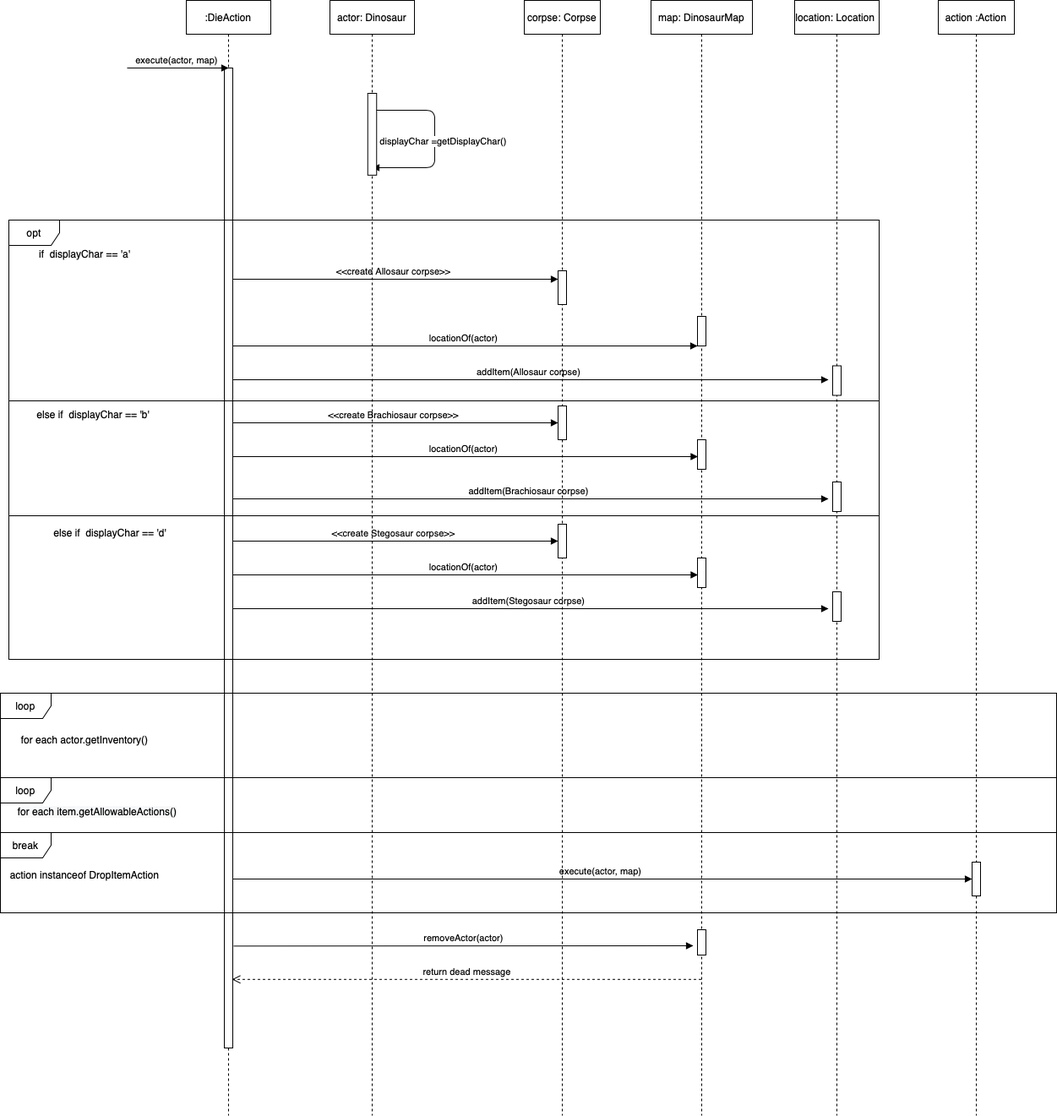
The draw.io diagram assignment_workings/DieAction.execute.png in mltw/fit2099-jurassic-park-2021, before a commit. Source tidied: cells renumbered, new cells last; positions are measured from the earlier drawing's top-left corner, leaving out a move shared by most shapes.
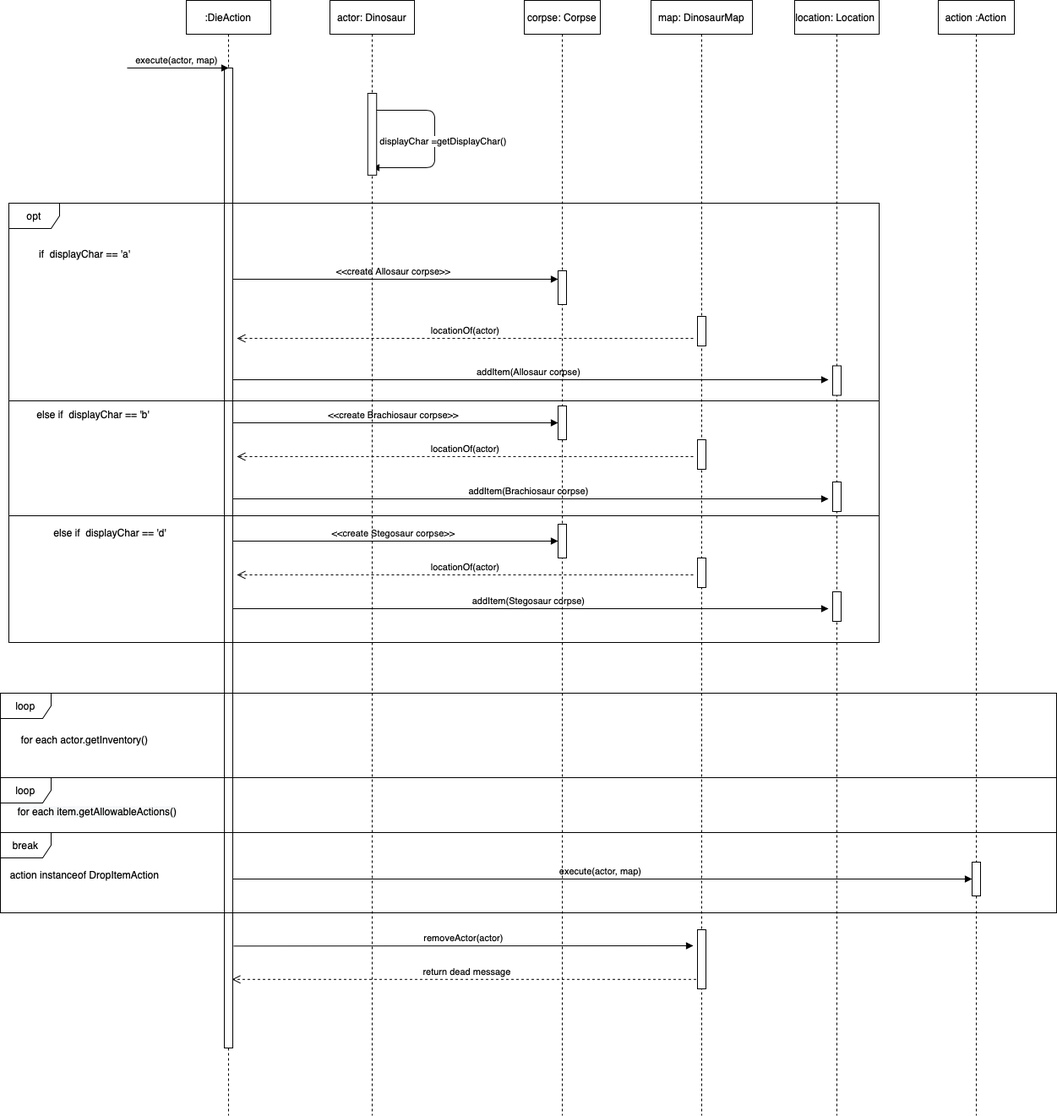
The same file after the commit.

Change to the diagram source:
```diff
@@ -2,6 +2,9 @@
   <root>
     <mxCell id="0" />
     <mxCell id="1" parent="0" />
+    <mxCell id="46" value="return dead message" style="html=1;verticalAlign=bottom;endArrow=open;dashed=1;endSize=8;entryX=0.9;entryY=0.93;entryDx=0;entryDy=0;entryPerimeter=0;" parent="1" edge="1" source="9" target="19">
+      <mxGeometry relative="1" as="geometry" />
+    </mxCell>
     <mxCell id="2" value="execute(actor, map)" style="html=1;verticalAlign=bottom;endArrow=block;" parent="1" edge="1" target="43">
       <mxGeometry relative="1" as="geometry">
         <mxPoint x="270" y="1040" as="sourcePoint" />
@@ -13,12 +16,6 @@
         <mxPoint x="980" y="720" as="targetPoint" />
       </mxGeometry>
     </mxCell>
-    <mxCell id="4" value="locationOf(actor)" style="html=1;verticalAlign=bottom;endArrow=block;" parent="1" edge="1">
-      <mxGeometry relative="1" as="geometry">
-        <mxPoint x="270" y="680" as="sourcePoint" />
-        <mxPoint x="825.5" y="680" as="targetPoint" />
-      </mxGeometry>
-    </mxCell>
     <mxCell id="5" value="&amp;lt;&amp;lt;create Stegosaur corpse&amp;gt;&amp;gt;" style="html=1;verticalAlign=bottom;endArrow=block;" parent="1" edge="1">
       <mxGeometry relative="1" as="geometry">
         <mxPoint x="270" y="640" as="sourcePoint" />
@@ -37,12 +34,6 @@
         <mxPoint x="660" y="500" as="targetPoint" />
       </mxGeometry>
     </mxCell>
-    <mxCell id="8" value="locationOf(actor)" style="html=1;verticalAlign=bottom;endArrow=block;" parent="1" edge="1">
-      <mxGeometry relative="1" as="geometry">
-        <mxPoint x="270" y="540" as="sourcePoint" />
-        <mxPoint x="825.5" y="540" as="targetPoint" />
-      </mxGeometry>
-    </mxCell>
     <mxCell id="9" value="map: DinosaurMap" style="shape=umlLifeline;perimeter=lifelinePerimeter;whiteSpace=wrap;html=1;outlineConnect=0;" parent="1" vertex="1">
       <mxGeometry x="770" width="120" height="1320" as="geometry" />
     </mxCell>
@@ -56,7 +47,7 @@
       <mxGeometry x="55" y="660" width="10" height="35" as="geometry" />
     </mxCell>
     <mxCell id="13" style="html=1;perimeter=orthogonalPerimeter;" parent="9" vertex="1">
-      <mxGeometry x="55" y="1100" width="10" height="30" as="geometry" />
+      <mxGeometry x="55" y="1100" width="10" height="70" as="geometry" />
     </mxCell>
     <mxCell id="14" value="addItem(Allosaur corpse)" style="html=1;verticalAlign=bottom;endArrow=block;" parent="1" edge="1">
       <mxGeometry relative="1" as="geometry">
@@ -64,9 +55,6 @@
         <mxPoint x="980" y="449" as="targetPoint" />
       </mxGeometry>
     </mxCell>
-    <mxCell id="15" value="locationOf(actor)" style="html=1;verticalAlign=bottom;endArrow=block;" parent="1" edge="1" source="18" target="10">
-      <mxGeometry relative="1" as="geometry" />
-    </mxCell>
     <mxCell id="16" value="&amp;lt;&amp;lt;create Allosaur corpse&amp;gt;&amp;gt;" style="html=1;verticalAlign=bottom;endArrow=block;" parent="1" edge="1">
       <mxGeometry relative="1" as="geometry">
         <mxPoint x="270" y="330" as="sourcePoint" />
@@ -135,7 +123,7 @@
       <mxGeometry x="50" y="590" width="160" height="80" as="geometry" />
     </mxCell>
     <mxCell id="34" value="opt" style="shape=umlFrame;whiteSpace=wrap;html=1;" parent="1" vertex="1">
-      <mxGeometry x="10" y="260" width="1030" height="520" as="geometry" />
+      <mxGeometry x="10" y="240" width="1030" height="520" as="geometry" />
     </mxCell>
     <mxCell id="35" style="line;strokeWidth=1;fillColor=none;align=left;verticalAlign=middle;spacingTop=-1;spacingLeft=3;spacingRight=3;labelPosition=right;" parent="1" vertex="1">
       <mxGeometry x="10" y="606" width="1030" height="8" as="geometry" />
@@ -172,8 +160,23 @@
         <mxPoint x="820" y="1119" as="targetPoint" />
       </mxGeometry>
     </mxCell>
-    <mxCell id="46" value="return dead message" style="html=1;verticalAlign=bottom;endArrow=open;dashed=1;endSize=8;entryX=0.9;entryY=0.93;entryDx=0;entryDy=0;entryPerimeter=0;" parent="1" edge="1" source="9" target="19">
-      <mxGeometry relative="1" as="geometry" />
-    </mxCell>
+    <mxCell id="47" value="locationOf(actor)" style="html=1;verticalAlign=bottom;endArrow=open;dashed=1;endSize=8;" parent="1" edge="1">
+      <mxGeometry relative="1" as="geometry">
+        <mxPoint x="820" y="400" as="sourcePoint" />
+        <mxPoint x="280" y="400" as="targetPoint" />
+      </mxGeometry>
+    </mxCell>
+    <mxCell id="48" value="locationOf(actor)" style="html=1;verticalAlign=bottom;endArrow=open;dashed=1;endSize=8;" parent="1" edge="1">
+      <mxGeometry relative="1" as="geometry">
+        <mxPoint x="820" y="540" as="sourcePoint" />
+        <mxPoint x="280" y="540" as="targetPoint" />
+      </mxGeometry>
+    </mxCell>
+    <mxCell id="49" value="locationOf(actor)" style="html=1;verticalAlign=bottom;endArrow=open;dashed=1;endSize=8;" parent="1" edge="1">
+      <mxGeometry relative="1" as="geometry">
+        <mxPoint x="820" y="680" as="sourcePoint" />
+        <mxPoint x="280" y="680" as="targetPoint" />
+      </mxGeometry>
+    </mxCell>
   </root>
 </mxGraphModel>
```
